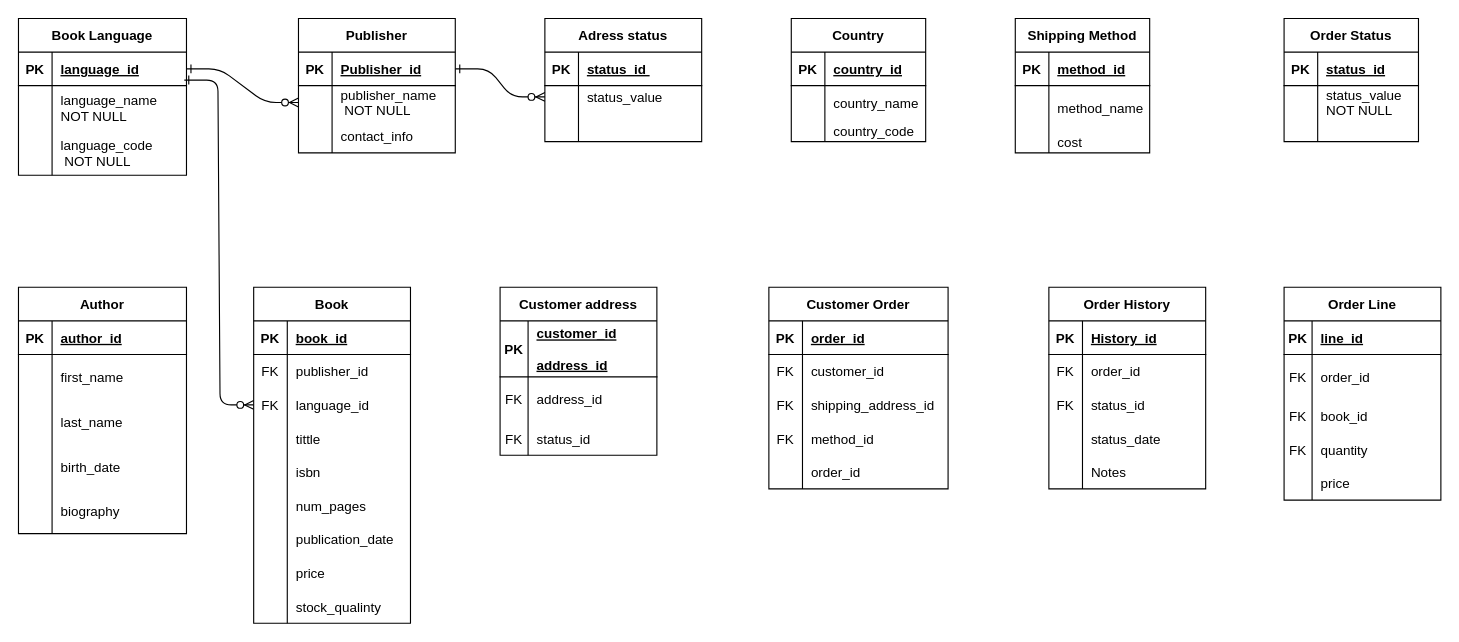
Joy-kitet/DatabaseGroupAssignment keeps this draw.io diagram as Untitled Diagram.drawio. Above is the earlier version. Source tidied: cells renumbered, new cells numbered last; positions are measured from the earlier drawing's top-left corner, leaving out a move shared by most shapes. Both pictures are drawn from the tidied source at 112%, with x=0, y=0 at pixel (18, 18).
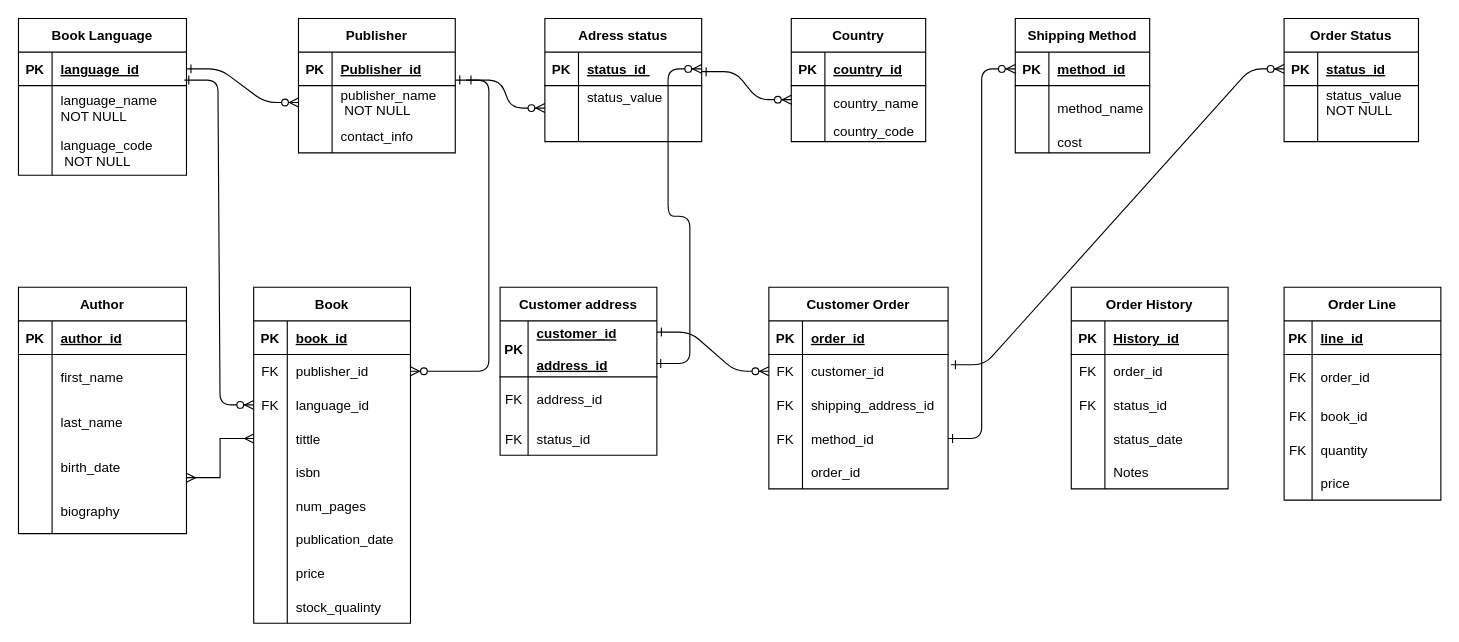
After the change.

Unchanged cells that the change refers to:
```xml
<mxCell id="4" style="shape=partialRectangle;fillColor=none;points=[[0,0.5],[1,0.5]];portConstraint=eastwest;top=0;left=0;right=0;bottom=1;" parent="3" vertex="1">
  <mxGeometry y="30" width="140" height="30" as="geometry" />
</mxCell>
<mxCell id="14" style="shape=partialRectangle;fillColor=none;points=[[0,0.5],[1,0.5]];portConstraint=eastwest;top=0;left=0;right=0;bottom=1;" parent="13" vertex="1">
  <mxGeometry y="30" width="140" height="30" as="geometry" />
</mxCell>
<mxCell id="17" style="shape=partialRectangle;fillColor=none;points=[[0,0.5],[1,0.5]];portConstraint=eastwest;top=0;left=0;right=0;bottom=0;" parent="13" vertex="1">
  <mxGeometry y="60" width="140" height="20" as="geometry" />
</mxCell>
<mxCell id="45" style="shape=partialRectangle;fillColor=none;points=[[0,0.5],[1,0.5]];portConstraint=eastwest;top=0;left=0;right=0;bottom=1;" parent="44" vertex="1">
  <mxGeometry y="30" width="120" height="30" as="geometry" />
</mxCell>
<mxCell id="55" style="shape=partialRectangle;fillColor=none;points=[[0,0.5],[1,0.5]];portConstraint=eastwest;top=0;left=0;right=0;bottom=1;" parent="54" vertex="1">
  <mxGeometry y="30" width="120" height="30" as="geometry" />
</mxCell>
<mxCell id="65" style="shape=partialRectangle;fillColor=none;points=[[0,0.5],[1,0.5]];portConstraint=eastwest;top=0;left=0;right=0;bottom=1;" parent="64" vertex="1">
  <mxGeometry y="30" width="140" height="50" as="geometry" />
</mxCell>
<mxCell id="78" style="shape=partialRectangle;fillColor=none;points=[[0,0.5],[1,0.5]];portConstraint=eastwest;top=0;left=0;right=0;bottom=0;" parent="74" vertex="1">
  <mxGeometry y="60" width="160" height="30" as="geometry" />
</mxCell>
<mxCell id="84" style="shape=partialRectangle;fillColor=none;points=[[0,0.5],[1,0.5]];portConstraint=eastwest;top=0;left=0;right=0;bottom=0;" parent="74" vertex="1">
  <mxGeometry y="120" width="160" height="30" as="geometry" />
</mxCell>
<mxCell id="110" style="shape=partialRectangle;fillColor=none;points=[[0,0.5],[1,0.5]];portConstraint=eastwest;top=0;left=0;right=0;bottom=0;" parent="106" vertex="1">
  <mxGeometry y="60" width="140" height="30" as="geometry" />
</mxCell>
<mxCell id="116" style="shape=partialRectangle;fillColor=none;points=[[0,0.5],[1,0.5]];portConstraint=eastwest;top=0;left=0;right=0;bottom=0;" parent="106" vertex="1">
  <mxGeometry y="120" width="140" height="30" as="geometry" />
</mxCell>
```

What changed in the source:
```diff
@@
-    <mxCell id="2" style="edgeStyle=entityRelationEdgeStyle;endArrow=ERzeroToMany;startArrow=ERone;endFill=1;startFill=0;" parent="1" edge="1" source="4" target="17">
-      <mxGeometry relative="1" as="geometry" />
+    <mxCell id="2" style="edgeStyle=entityRelationEdgeStyle;endArrow=ERzeroToMany;startArrow=ERone;endFill=1;startFill=0;" parent="1" edge="1">
+      <mxGeometry relative="1" as="geometry">
+        <mxPoint x="610" y="47.5" as="sourcePoint" />
+        <mxPoint x="690" y="72.5" as="targetPoint" />
+      </mxGeometry>
     </mxCell>
@@
     <mxCell id="90" value="Order History" style="shape=table;startSize=30;childLayout=tableLayout;rowLines=0;fontStyle=1;align=center;" parent="1" vertex="1">
-      <mxGeometry x="920" y="240" width="140" height="180" as="geometry" />
+      <mxGeometry x="940" y="240" width="140" height="180" as="geometry" />
     </mxCell>
@@
+    <mxCell id="168" style="edgeStyle=entityRelationEdgeStyle;endArrow=ERzeroToMany;startArrow=ERone;endFill=1;startFill=0;" parent="1" edge="1" target="110">
+      <mxGeometry relative="1" as="geometry">
+        <mxPoint x="390" y="55" as="sourcePoint" />
+        <Array as="points">
+          <mxPoint x="800" y="390" />
+          <mxPoint x="910" y="130" />
+          <mxPoint x="920" y="120" />
+          <mxPoint x="910" y="120" />
+          <mxPoint x="930" y="120" />
+          <mxPoint x="930" y="110" />
+        </Array>
+      </mxGeometry>
+    </mxCell>
+    <mxCell id="169" style="edgeStyle=entityRelationEdgeStyle;fontSize=12;html=1;endArrow=ERmany;startArrow=ERmany;rounded=0;entryX=0;entryY=0.5;entryDx=0;entryDy=0;" parent="1" edge="1" target="116">
+      <mxGeometry relative="1" as="geometry">
+        <mxPoint x="150" y="410" as="sourcePoint" />
+      </mxGeometry>
+    </mxCell>
+    <mxCell id="170" style="edgeStyle=entityRelationEdgeStyle;endArrow=ERzeroToMany;startArrow=ERone;endFill=1;startFill=0;" parent="1" edge="1">
+      <mxGeometry relative="1" as="geometry">
+        <mxPoint x="400" y="55" as="sourcePoint" />
+        <mxPoint x="470" y="80" as="targetPoint" />
+        <Array as="points">
+          <mxPoint x="670" y="30" />
+        </Array>
+      </mxGeometry>
+    </mxCell>
+    <mxCell id="171" style="edgeStyle=entityRelationEdgeStyle;endArrow=ERzeroToMany;startArrow=ERone;endFill=1;startFill=0;entryX=0;entryY=0.5;entryDx=0;entryDy=0;" parent="1" edge="1" target="78">
+      <mxGeometry relative="1" as="geometry">
+        <mxPoint x="570" y="280" as="sourcePoint" />
+        <Array as="points">
+          <mxPoint x="610" y="335" />
+          <mxPoint x="620" y="325" />
+        </Array>
+      </mxGeometry>
+    </mxCell>
+    <mxCell id="172" style="edgeStyle=entityRelationEdgeStyle;endArrow=ERzeroToMany;startArrow=ERone;endFill=1;startFill=0;entryX=0;entryY=0.5;entryDx=0;entryDy=0;exitX=1.016;exitY=0.305;exitDx=0;exitDy=0;exitPerimeter=0;" parent="1" edge="1" source="78" target="45">
+      <mxGeometry relative="1" as="geometry">
+        <Array as="points">
+          <mxPoint x="1130" y="355" />
+        </Array>
+      </mxGeometry>
+    </mxCell>
+    <mxCell id="173" style="edgeStyle=entityRelationEdgeStyle;endArrow=ERzeroToMany;startArrow=ERone;endFill=1;startFill=0;exitX=1;exitY=0.5;exitDx=0;exitDy=0;entryX=0;entryY=0.5;entryDx=0;entryDy=0;" parent="1" edge="1" source="84" target="55">
+      <mxGeometry relative="1" as="geometry">
+        <Array as="points">
+          <mxPoint x="890" y="415" />
+        </Array>
+      </mxGeometry>
+    </mxCell>
+    <mxCell id="174" style="edgeStyle=entityRelationEdgeStyle;endArrow=ERzeroToMany;startArrow=ERone;endFill=1;startFill=0;entryX=1;entryY=0.5;entryDx=0;entryDy=0;exitX=0.996;exitY=0.762;exitDx=0;exitDy=0;exitPerimeter=0;" parent="1" edge="1" source="65" target="14">
+      <mxGeometry relative="1" as="geometry">
+        <Array as="points">
+          <mxPoint x="1180" y="575" />
+          <mxPoint x="1290" y="315" />
+          <mxPoint x="1030" y="345" />
+          <mxPoint x="1300" y="305" />
+          <mxPoint x="1290" y="305" />
+          <mxPoint x="1310" y="305" />
+          <mxPoint x="1310" y="295" />
+        </Array>
+      </mxGeometry>
+    </mxCell>
```
